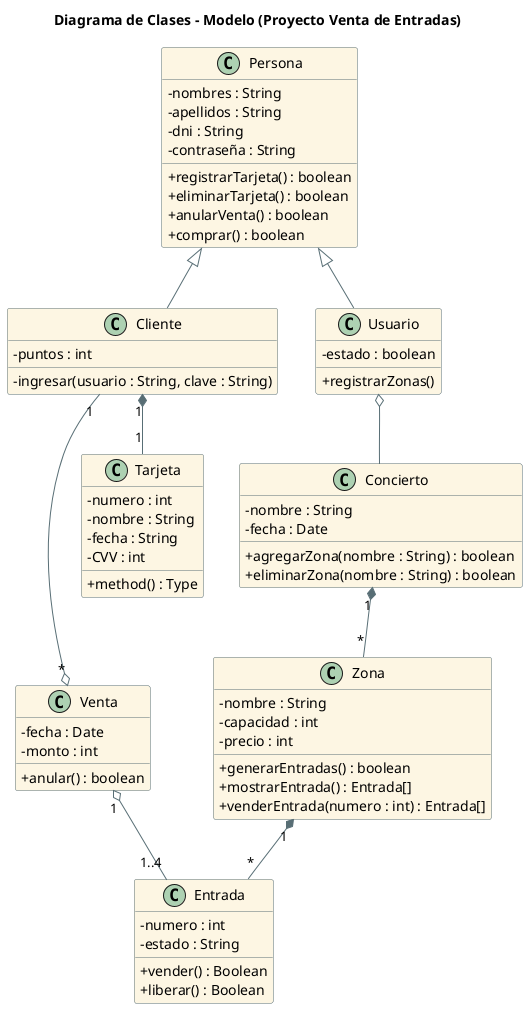
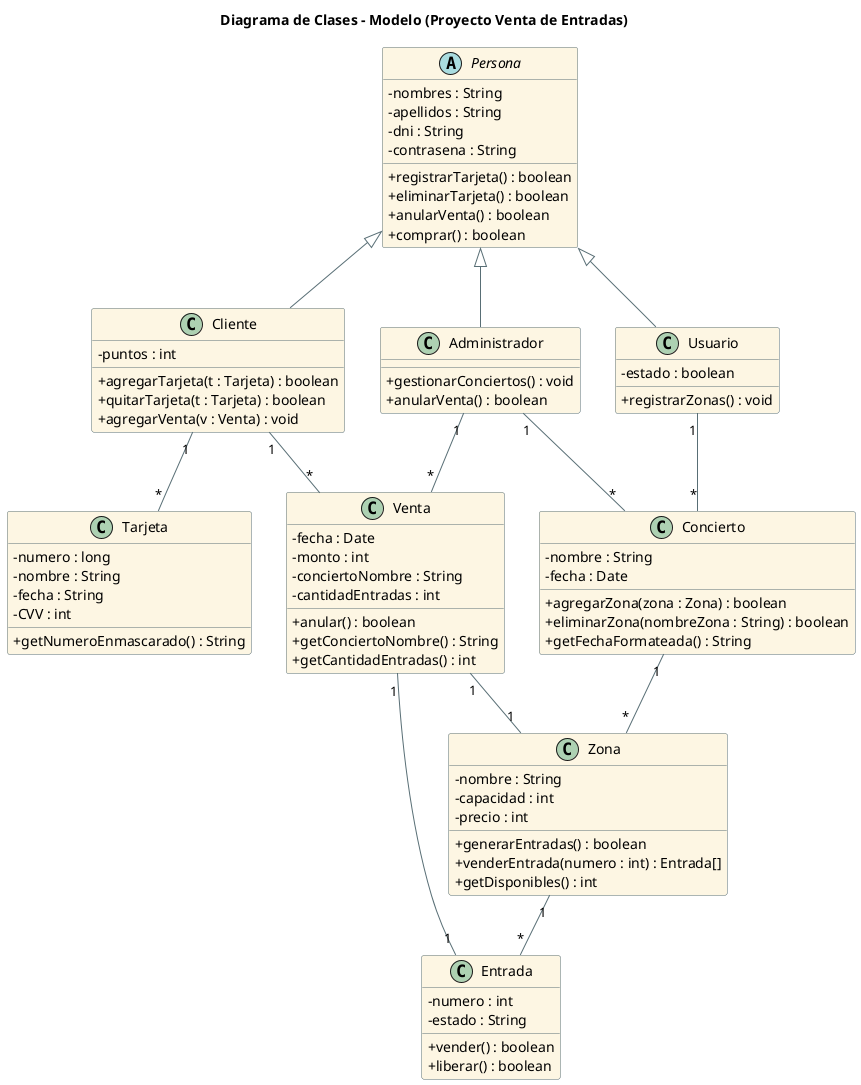
@startuml Proyecto_Venta_Entradas
title Diagrama de Clases - Modelo (Proyecto Venta de Entradas)

skinparam classAttributeIconSize 0
skinparam class {
    BackgroundColor #FDF6E3
    BorderColor #586E75
    ArrowColor #586E75
}

- class Persona {
+ ' ─── Jerarquía de personas ───────────────────────────────────────
+ 
+ abstract class Persona {
    - nombres : String
    - apellidos : String
    - dni : String
-     - contraseña : String
+     - contrasena : String

    + registrarTarjeta() : boolean
    + eliminarTarjeta() : boolean
    + anularVenta() : boolean
    + comprar() : boolean
}

class Cliente {
    - puntos : int

-     - ingresar(usuario : String, clave : String)
+     + agregarTarjeta(t : Tarjeta) : boolean
+     + quitarTarjeta(t : Tarjeta) : boolean
+     + agregarVenta(v : Venta) : void
}

class Usuario {
    - estado : boolean

-     + registrarZonas()
+     + registrarZonas() : void
}
+ 
+ class Administrador {
+     + gestionarConciertos() : void
+     + anularVenta() : boolean
+ }
+ 
+ ' ─── Dominio del concierto ───────────────────────────────────────

class Concierto {
    - nombre : String
    - fecha : Date

-     + agregarZona(nombre : String) : boolean
-     + eliminarZona(nombre : String) : boolean
+     + agregarZona(zona : Zona) : boolean
+     + eliminarZona(nombreZona : String) : boolean
+     + getFechaFormateada() : String
}

class Zona {
    - nombre : String
    - capacidad : int
    - precio : int

    + generarEntradas() : boolean
-     + mostrarEntrada() : Entrada[]
    + venderEntrada(numero : int) : Entrada[]
+     + getDisponibles() : int
}

class Entrada {
    - numero : int
    - estado : String

-     + vender() : Boolean
-     + liberar() : Boolean
+     + vender() : boolean
+     + liberar() : boolean
}
+ 
+ ' ─── Transacción ─────────────────────────────────────────────────

class Venta {
    - fecha : Date
    - monto : int
+     - conciertoNombre : String
+     - cantidadEntradas : int

    + anular() : boolean
+     + getConciertoNombre() : String
+     + getCantidadEntradas() : int
}

class Tarjeta {
-     - numero : int
+     - numero : long
    - nombre : String
    - fecha : String
    - CVV : int

-     + method() : Type
+     + getNumeroEnmascarado() : String
}

- ' Herencia
+ 
+ ' ─── Herencia ────────────────────────────────────────────────────
+ 
Persona <|-- Cliente
+ Persona <|-- Usuario
+ Persona <|-- Administrador

- ' Asociaciones
- Persona <|-- Usuario
+ ' ─── Asociaciones (sin pertenencia, con cardinalidad) ────────────

- Usuario o-- Concierto
+ Usuario    "1"    --  "*"    Concierto
+ Concierto  "1"    --  "*"    Zona
+ Zona       "1"    --  "*"    Entrada

- Concierto "1" *-- "*" Zona
+ Cliente    "1"    --  "*"    Tarjeta
+ Cliente    "1"    --  "*"    Venta

- Zona "1" *-- "*" Entrada
+ Venta      "1"    --  "1"    Zona
+ Venta      "1"    --  "1"    Entrada

- Cliente "1" *-- "1" Tarjeta
+ Administrador  "1"  --  "*"  Concierto
+ Administrador  "1"  --  "*"  Venta

- Cliente "1" --o "*" Venta
- 
- Venta "1" o-- "1..4" Entrada

@enduml
